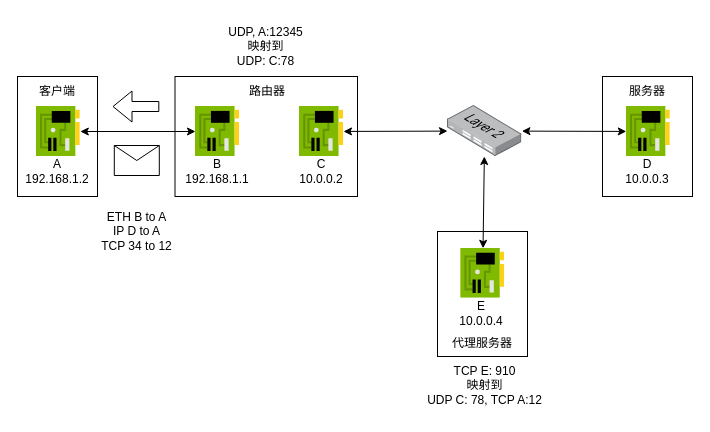
Above: example_step12.dio in N2Sys-EDU/Lab3-Documentation (draw.io), before the change. Source tidied: cells renumbered, new cells numbered last; positions are measured from the earlier drawing's top-left corner, leaving out a move shared by most shapes. Both pictures are drawn from the tidied source at 100%, with x=0, y=0 at pixel (17, 17).
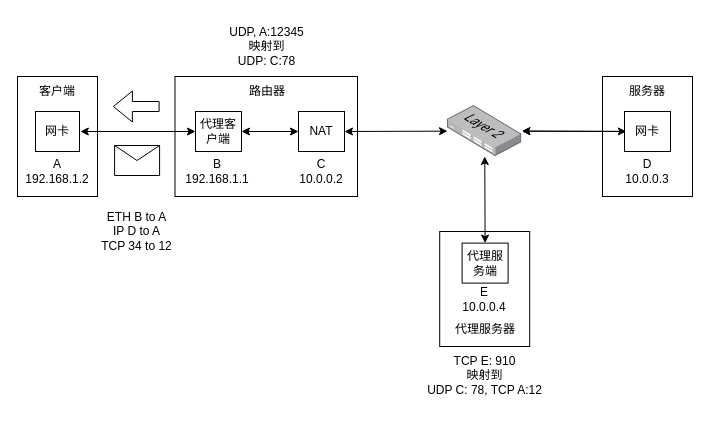
Above is the later version.

What changed in the source:
```diff
@@
     <mxCell id="2" style="shape=message;html=1;html=1;labelPosition=center;verticalLabelPosition=bottom;align=center;verticalAlign=top;" parent="1" vertex="1">
-      <mxGeometry x="96.8" y="128" width="45" height="30" as="geometry" />
+      <mxGeometry x="97.1" y="128" width="45" height="30" as="geometry" />
     </mxCell>
     <mxCell id="3" style="shape=flexArrow;endArrow=classic;html=1;" parent="1" edge="1">
       <mxGeometry relative="1" as="geometry">
-        <mxPoint x="141.8" y="89" as="sourcePoint" />
-        <mxPoint x="95" y="89" as="targetPoint" />
+        <mxPoint x="142.1" y="89" as="sourcePoint" />
+        <mxPoint x="95.4" y="89" as="targetPoint" />
       </mxGeometry>
     </mxCell>
     <mxCell id="4" value="ETH B to A&lt;br&gt;IP D to A&lt;br&gt;TCP 34 to 12" style="text;html=1;strokeColor=none;fillColor=none;align=center;verticalAlign=middle;whiteSpace=wrap;rounded=0;" parent="1" vertex="1">
-      <mxGeometry x="73.6" y="189" width="91.2" height="50" as="geometry" />
+      <mxGeometry x="74" y="189" width="91.2" height="50" as="geometry" />
     </mxCell>
+    <mxCell id="6" value="TCP E: 910&lt;br&gt;映射到&lt;br&gt;UDP C: 78, TCP A:12" style="text;html=1;strokeColor=none;fillColor=none;align=center;verticalAlign=middle;whiteSpace=wrap;rounded=0;" parent="1" vertex="1">
+      <mxGeometry x="407" y="329" width="121.2" height="58.2" as="geometry" />
+    </mxCell>
     <mxCell id="5" value="UDP, A:12345&lt;br&gt;映射到&lt;br&gt;UDP: C:78" style="text;html=1;strokeColor=none;fillColor=none;align=center;verticalAlign=middle;whiteSpace=wrap;rounded=0;" parent="1" vertex="1">
-      <mxGeometry x="188.1" y="-0.1" width="121.2" height="59.1" as="geometry" />
+      <mxGeometry x="189.4" y="-0.1" width="121.2" height="59.1" as="geometry" />
     </mxCell>
-    <mxCell id="6" value="TCP E: 910&lt;br&gt;映射到&lt;br&gt;UDP C: 78, TCP A:12" style="text;html=1;strokeColor=none;fillColor=none;align=center;verticalAlign=middle;whiteSpace=wrap;rounded=0;" parent="1" vertex="1">
-      <mxGeometry x="406.6" y="339" width="121.2" height="58.2" as="geometry" />
-    </mxCell>
-    <mxCell id="7" style="rounded=0;whiteSpace=wrap;html=1;" parent="1" vertex="1">
-      <mxGeometry x="585" y="59" width="90" height="120" as="geometry" />
-    </mxCell>
-    <mxCell id="8" style="rounded=0;whiteSpace=wrap;html=1;" parent="1" vertex="1">
-      <mxGeometry x="420" y="214" width="90" height="125" as="geometry" />
-    </mxCell>
-    <mxCell id="9" style="rounded=0;whiteSpace=wrap;html=1;" parent="1" vertex="1">
-      <mxGeometry x="157.5" y="59" width="182.5" height="120" as="geometry" />
-    </mxCell>
-    <mxCell id="10" style="rounded=0;whiteSpace=wrap;html=1;" parent="1" vertex="1">
-      <mxGeometry y="59" width="80" height="120" as="geometry" />
-    </mxCell>
+    <mxCell id="30" style="rounded=0;whiteSpace=wrap;html=1;" parent="1" vertex="1">
+      <mxGeometry x="585" y="59" width="90" height="120" as="geometry" />
+    </mxCell>
+    <mxCell id="31" style="rounded=0;whiteSpace=wrap;html=1;" parent="1" vertex="1">
+      <mxGeometry x="422.2" y="214" width="90" height="115" as="geometry" />
+    </mxCell>
+    <mxCell id="32" style="rounded=0;whiteSpace=wrap;html=1;" parent="1" vertex="1">
+      <mxGeometry x="157.5" y="59" width="182.5" height="120" as="geometry" />
+    </mxCell>
+    <mxCell id="33" style="rounded=0;whiteSpace=wrap;html=1;" parent="1" vertex="1">
+      <mxGeometry y="59" width="80" height="120" as="geometry" />
+    </mxCell>
@@
-    <mxCell id="12" style="sketch=0;html=1;points=[];align=center;image;fontSize=12;image=img/lib/mscae/NetworkInterfaceCard.svg;" parent="1" vertex="1">
-      <mxGeometry x="178" y="89" width="44" height="50" as="geometry" />
-    </mxCell>
-    <mxCell id="13" style="sketch=0;html=1;points=[];align=center;image;fontSize=12;image=img/lib/mscae/NetworkInterfaceCard.svg;" parent="1" vertex="1">
-      <mxGeometry x="18.8" y="89" width="44" height="50" as="geometry" />
-    </mxCell>
@@
-    <mxCell id="17" style="endArrow=classic;startArrow=classic;html=1;" parent="1" edge="1" source="13" target="12">
-      <mxGeometry relative="1" as="geometry" />
-    </mxCell>
-    <mxCell id="18" style="sketch=0;html=1;points=[];align=center;image;fontSize=12;image=img/lib/mscae/NetworkInterfaceCard.svg;" parent="1" vertex="1">
-      <mxGeometry x="282" y="89" width="44" height="50" as="geometry" />
-    </mxCell>
+    <mxCell id="34" style="endArrow=classic;startArrow=classic;html=1;" parent="1" edge="1">
+      <mxGeometry relative="1" as="geometry">
+        <mxPoint x="62.8" y="114" as="sourcePoint" />
+        <mxPoint x="178" y="114" as="targetPoint" />
+      </mxGeometry>
+    </mxCell>
@@
-    <mxCell id="21" style="sketch=0;html=1;points=[];align=center;image;fontSize=12;image=img/lib/mscae/NetworkInterfaceCard.svg;" parent="1" vertex="1">
-      <mxGeometry x="608.8" y="89" width="44" height="50" as="geometry" />
-    </mxCell>
@@
-    <mxCell id="23" style="endArrow=classic;startArrow=classic;html=1;" parent="1" edge="1" source="18" target="24">
-      <mxGeometry relative="1" as="geometry" />
-    </mxCell>
-    <mxCell id="24" style="points=[];html=1;align=center;shadow=0;dashed=0;image;image=img/lib/allied_telesis/switch/Switch_24_port_L2.svg;" parent="1" vertex="1">
-      <mxGeometry x="430" y="88" width="74.4" height="51" as="geometry" />
-    </mxCell>
-    <mxCell id="25" style="endArrow=classic;startArrow=classic;html=1;" parent="1" edge="1" source="24" target="21">
-      <mxGeometry relative="1" as="geometry" />
-    </mxCell>
+    <mxCell id="35" style="endArrow=classic;startArrow=classic;html=1;exitX=1;exitY=0.5;exitDx=0;exitDy=0;" parent="1" edge="1" source="42" target="36">
+      <mxGeometry relative="1" as="geometry" />
+    </mxCell>
+    <mxCell id="36" style="points=[];html=1;align=center;shadow=0;dashed=0;image;image=img/lib/allied_telesis/switch/Switch_24_port_L2.svg;" parent="1" vertex="1">
+      <mxGeometry x="430" y="88" width="74.4" height="51" as="geometry" />
+    </mxCell>
+    <mxCell id="37" style="endArrow=classic;startArrow=classic;html=1;" parent="1" edge="1" source="36">
+      <mxGeometry relative="1" as="geometry">
+        <mxPoint x="608.8" y="113.9" as="targetPoint" />
+      </mxGeometry>
+    </mxCell>
     <mxCell id="26" value="代理服务器" style="text;html=1;strokeColor=none;fillColor=none;align=center;verticalAlign=middle;whiteSpace=wrap;rounded=0;" parent="1" vertex="1">
-      <mxGeometry x="425.2" y="310.8" width="80" height="30" as="geometry" />
+      <mxGeometry x="427.6" y="297.4" width="80" height="30" as="geometry" />
     </mxCell>
-    <mxCell id="27" style="sketch=0;html=1;points=[];align=center;image;fontSize=12;image=img/lib/mscae/NetworkInterfaceCard.svg;" parent="1" vertex="1">
-      <mxGeometry x="443.2" y="230.8" width="44" height="50" as="geometry" />
-    </mxCell>
     <mxCell id="28" value="E&lt;br&gt;10.0.0.4" style="text;html=1;strokeColor=none;fillColor=none;align=center;verticalAlign=middle;whiteSpace=wrap;rounded=0;" parent="1" vertex="1">
-      <mxGeometry x="424.4" y="280.8" width="80" height="30" as="geometry" />
+      <mxGeometry x="426.8" y="267.4" width="80" height="30" as="geometry" />
     </mxCell>
-    <mxCell id="29" style="endArrow=classic;startArrow=classic;html=1;" parent="1" edge="1" source="24" target="27">
-      <mxGeometry relative="1" as="geometry" />
-    </mxCell>
+    <mxCell id="38" style="endArrow=classic;startArrow=classic;html=1;entryX=0.5;entryY=0;entryDx=0;entryDy=0;" parent="1" edge="1" source="36" target="45">
+      <mxGeometry relative="1" as="geometry" />
+    </mxCell>
+    <mxCell id="39" value="网卡" style="rounded=0;whiteSpace=wrap;html=1;" parent="1" vertex="1">
+      <mxGeometry x="18" y="94" width="44" height="40" as="geometry" />
+    </mxCell>
+    <mxCell id="40" style="edgeStyle=none;html=1;exitX=1;exitY=0.5;exitDx=0;exitDy=0;entryX=0;entryY=0.5;entryDx=0;entryDy=0;startArrow=classic;startFill=1;" parent="1" edge="1" source="41" target="42">
+      <mxGeometry relative="1" as="geometry" />
+    </mxCell>
+    <mxCell id="41" value="代理客户端" style="rounded=0;whiteSpace=wrap;html=1;" parent="1" vertex="1">
+      <mxGeometry x="178" y="94" width="46" height="40" as="geometry" />
+    </mxCell>
+    <mxCell id="42" value="NAT" style="rounded=0;whiteSpace=wrap;html=1;" parent="1" vertex="1">
+      <mxGeometry x="281" y="94" width="46" height="40" as="geometry" />
+    </mxCell>
+    <mxCell id="43" style="edgeStyle=none;html=1;exitX=0;exitY=0.5;exitDx=0;exitDy=0;" parent="1" edge="1" source="44" target="36">
+      <mxGeometry relative="1" as="geometry" />
+    </mxCell>
+    <mxCell id="44" value="网卡" style="rounded=0;whiteSpace=wrap;html=1;" parent="1" vertex="1">
+      <mxGeometry x="607" y="94" width="46" height="40" as="geometry" />
+    </mxCell>
+    <mxCell id="45" value="代理服务端" style="rounded=0;whiteSpace=wrap;html=1;" parent="1" vertex="1">
+      <mxGeometry x="444.6" y="225.6" width="46" height="40" as="geometry" />
+    </mxCell>
```
